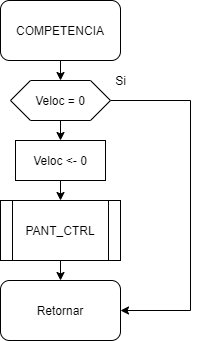
The draw.io diagram PF/COMPETENCIA.png in robz25/Microprocesadores, before a commit. Source tidied: cells renumbered, new cells last; positions are measured from the earlier drawing's top-left corner, leaving out a move shared by most shapes.
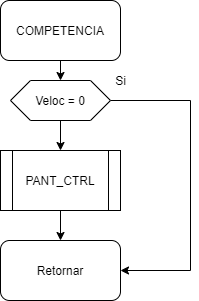
The same file after the commit.

Diff of the diagram source:
```diff
@@ -8,19 +8,17 @@
     <mxCell id="3" value="COMPETENCIA" style="rounded=1;whiteSpace=wrap;html=1;" parent="1" vertex="1">
       <mxGeometry width="120" height="60" as="geometry" />
     </mxCell>
-    <mxCell id="4" style="edgeStyle=orthogonalEdgeStyle;rounded=0;jettySize=auto;html=1;exitX=0.5;exitY=1;exitDx=0;exitDy=0;entryX=0.5;entryY=0;entryDx=0;entryDy=0;" parent="1" edge="1" source="6">
-      <mxGeometry relative="1" as="geometry">
-        <mxPoint x="60" y="140" as="targetPoint" />
-      </mxGeometry>
-    </mxCell>
     <mxCell id="5" style="edgeStyle=orthogonalEdgeStyle;rounded=0;jettySize=auto;html=1;exitX=1;exitY=0.5;exitDx=0;exitDy=0;entryX=1;entryY=0.5;entryDx=0;entryDy=0;" parent="1" edge="1" source="6" target="10">
       <mxGeometry relative="1" as="geometry">
         <Array as="points">
           <mxPoint x="190" y="100" />
-          <mxPoint x="190" y="310" />
+          <mxPoint x="190" y="270" />
         </Array>
       </mxGeometry>
     </mxCell>
+    <mxCell id="13" style="edgeStyle=orthogonalEdgeStyle;rounded=0;jettySize=auto;html=1;exitX=0.5;exitY=1;exitDx=0;exitDy=0;entryX=0.5;entryY=0;entryDx=0;entryDy=0;" parent="1" edge="1" source="6" target="9">
+      <mxGeometry relative="1" as="geometry" />
+    </mxCell>
     <mxCell id="6" value="Veloc = 0" style="shape=hexagon;perimeter=hexagonPerimeter2;whiteSpace=wrap;html=1;fixedSize=1;" parent="1" vertex="1">
       <mxGeometry x="10" y="80" width="100" height="40" as="geometry" />
     </mxCell>
@@ -31,16 +29,10 @@
       <mxGeometry relative="1" as="geometry" />
     </mxCell>
     <mxCell id="9" value="PANT_CTRL" style="shape=process;whiteSpace=wrap;html=1;backgroundOutline=1;" parent="1" vertex="1">
-      <mxGeometry y="200" width="120" height="60" as="geometry" />
+      <mxGeometry y="150" width="120" height="60" as="geometry" />
     </mxCell>
     <mxCell id="10" value="Retornar" style="rounded=1;whiteSpace=wrap;html=1;" parent="1" vertex="1">
-      <mxGeometry y="280" width="120" height="60" as="geometry" />
+      <mxGeometry y="240" width="120" height="60" as="geometry" />
     </mxCell>
-    <mxCell id="11" style="edgeStyle=orthogonalEdgeStyle;rounded=0;jettySize=auto;html=1;exitX=0.5;exitY=1;exitDx=0;exitDy=0;entryX=0.5;entryY=0;entryDx=0;entryDy=0;" parent="1" edge="1" source="12" target="9">
-      <mxGeometry relative="1" as="geometry" />
-    </mxCell>
-    <mxCell id="12" value="Veloc &amp;lt;- 0" style="rounded=0;whiteSpace=wrap;html=1;" parent="1" vertex="1">
-      <mxGeometry x="15" y="140" width="90" height="40" as="geometry" />
-    </mxCell>
   </root>
 </mxGraphModel>
```
